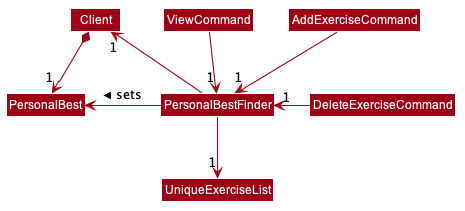
The PlantUML diagram docs/images/PersonalBestClassDiagram.png in tohkerwei/main, before a commit.
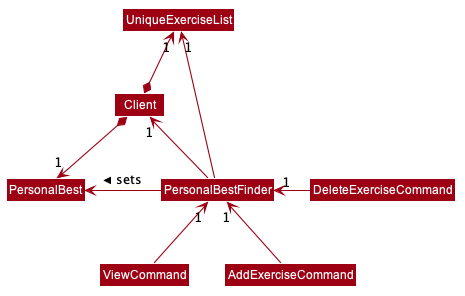
After the change.

Commit message:
Edit class diagram

Change to the diagram source:
```diff
@@ -52,13 +52,14 @@
 skinparam classBackgroundColor #9D0012
 
 Client *-down-> "1" PersonalBest
+Client *-up-> "1" UniqueExerciseList
 
 PersonalBestFinder -left-> PersonalBest : sets >
 PersonalBestFinder -left-> "1" Client
-PersonalBestFinder -down-> "1" UniqueExerciseList
+PersonalBestFinder -left-> "1" UniqueExerciseList
 
-ViewCommand -down-> "1" PersonalBestFinder
-AddExerciseCommand -down-> "1" PersonalBestFinder
+ViewCommand -up-> "1" PersonalBestFinder
+AddExerciseCommand -up-> "1" PersonalBestFinder
 DeleteExerciseCommand -left-> "1" PersonalBestFinder
 
 @enduml
```
